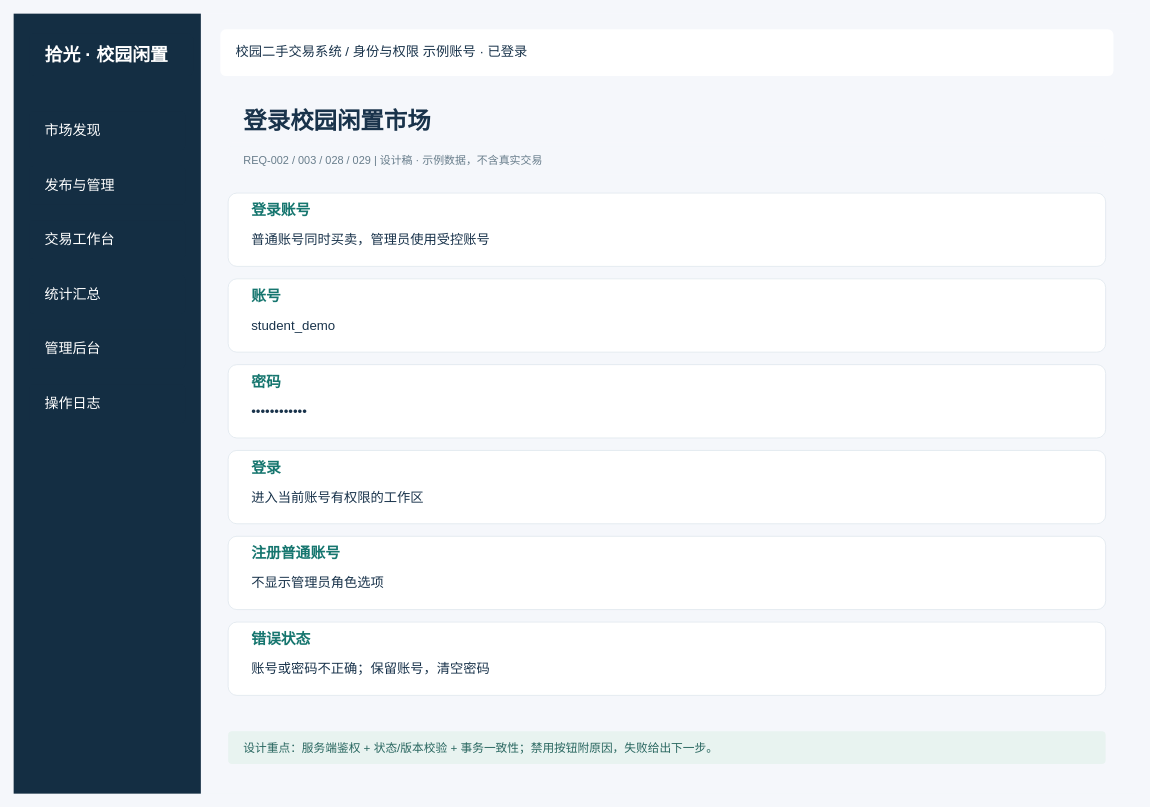
AAAyuanweihua/software-engineering-lab1-requirements keeps this draw.io diagram as page "01_登录注册" (1 of 12) of UI界面/校园二手交易UI.drawio. Above is the earlier version. Source tidied: cells renumbered, new cells numbered last; positions are measured from the earlier drawing's top-left corner, leaving out a move shared by most shapes. Both pictures are drawn from the tidied source at 78%, with x=0, y=0 at pixel (13, 13).
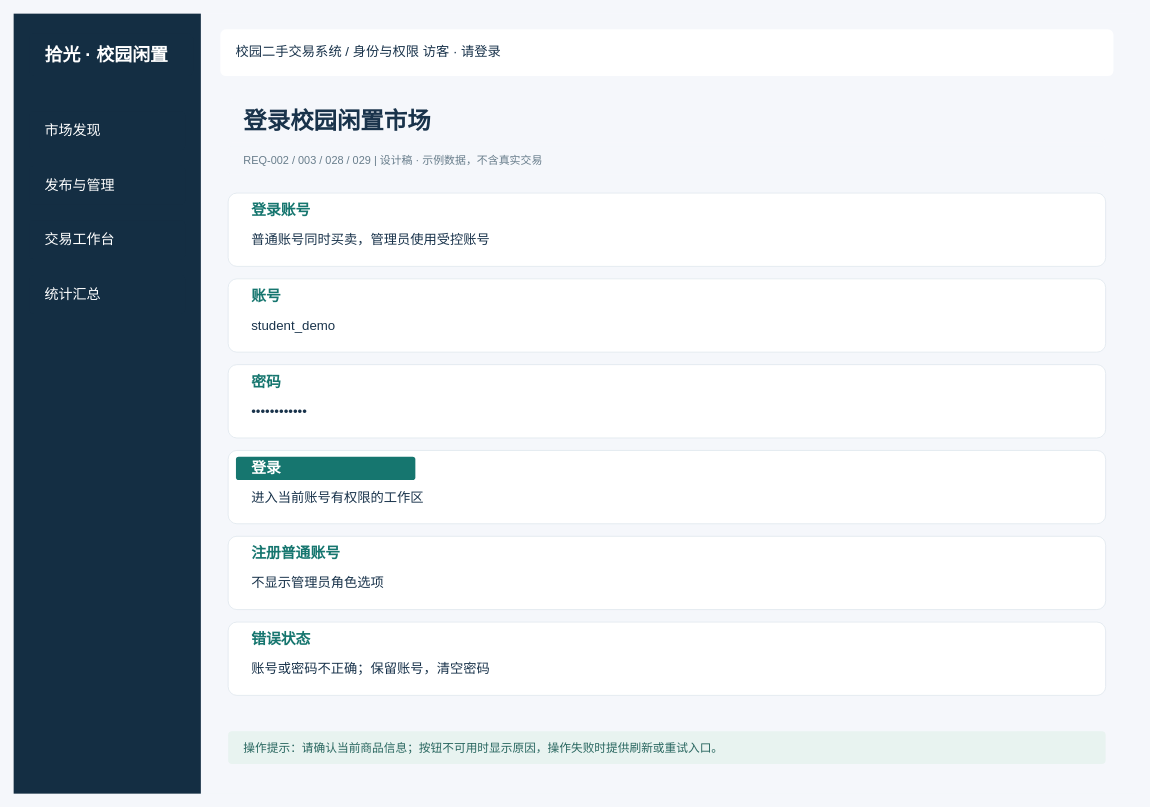
Above is the later version.

The edit, as a diff of the source:
```diff
@@
-    <mxCell id="9" value="管理后台" style="rounded=1;whiteSpace=wrap;html=0;fillColor=#142E43;strokeColor=none;fontFamily=Microsoft YaHei;fontSize=18;fontColor=#FFFFFF;fontStyle=0;align=left;verticalAlign=middle;spacingLeft=18;spacingRight=15;arcSize=12;" parent="1" vertex="1">
-      <mxGeometry x="20" y="405" width="200" height="50" as="geometry" />
-    </mxCell>
-    <mxCell id="10" value="操作日志" style="rounded=1;whiteSpace=wrap;html=0;fillColor=#142E43;strokeColor=none;fontFamily=Microsoft YaHei;fontSize=18;fontColor=#FFFFFF;fontStyle=0;align=left;verticalAlign=middle;spacingLeft=18;spacingRight=15;arcSize=12;" parent="1" vertex="1">
-      <mxGeometry x="20" y="475" width="200" height="50" as="geometry" />
-    </mxCell>
-    <mxCell id="11" value="校园二手交易系统    /    身份与权限                                      示例账号 · 已登录" style="rounded=1;whiteSpace=wrap;html=0;fillColor=#FFFFFF;strokeColor=none;fontFamily=Microsoft YaHei;fontSize=17;fontColor=#19334B;fontStyle=0;align=left;verticalAlign=middle;spacingLeft=18;spacingRight=15;arcSize=12;" parent="1" vertex="1">
+    <mxCell id="11" value="校园二手交易系统    /    身份与权限                                      访客 · 请登录" style="rounded=1;whiteSpace=wrap;html=0;fillColor=#FFFFFF;strokeColor=none;fontFamily=Microsoft YaHei;fontSize=17;fontColor=#19334B;fontStyle=0;align=left;verticalAlign=middle;spacingLeft=18;spacingRight=15;arcSize=12;" parent="1" vertex="1">
       <mxGeometry x="265" y="20" width="1145" height="60" as="geometry" />
     </mxCell>
@@
-    <mxCell id="24" value="登录" style="rounded=1;whiteSpace=wrap;html=0;fillColor=#FFFFFF;strokeColor=none;fontFamily=Microsoft YaHei;fontSize=19;fontColor=#16766F;fontStyle=1;align=left;verticalAlign=middle;spacingLeft=18;spacingRight=15;arcSize=12;" parent="1" vertex="1">
-      <mxGeometry x="285" y="568" width="1080" height="30" as="geometry" />
+    <mxCell id="24" value="登录" style="rounded=1;whiteSpace=wrap;html=0;fillColor=#16766F;strokeColor=none;fontFamily=Microsoft YaHei;fontSize=19;fontColor=#FFFFFF;fontStyle=1;align=left;verticalAlign=middle;spacingLeft=18;spacingRight=15;arcSize=12;" parent="1" vertex="1">
+      <mxGeometry x="285" y="568" width="230" height="30" as="geometry" />
     </mxCell>
@@
-    <mxCell id="32" value="设计重点：服务端鉴权 + 状态/版本校验 + 事务一致性；禁用按钮附原因，失败给出下一步。" style="rounded=1;whiteSpace=wrap;html=0;fillColor=#E8F3F0;strokeColor=none;fontFamily=Microsoft YaHei;fontSize=15;fontColor=#28665F;fontStyle=0;align=left;verticalAlign=middle;spacingLeft=18;spacingRight=15;arcSize=12;" parent="1" vertex="1">
+    <mxCell id="32" value="操作提示：请确认当前商品信息；按钮不可用时显示原因，操作失败时提供刷新或重试入口。" style="rounded=1;whiteSpace=wrap;html=0;fillColor=#E8F3F0;strokeColor=none;fontFamily=Microsoft YaHei;fontSize=15;fontColor=#28665F;fontStyle=0;align=left;verticalAlign=middle;spacingLeft=18;spacingRight=15;arcSize=12;" parent="1" vertex="1">
       <mxGeometry x="275" y="920" width="1125" height="42" as="geometry" />
     </mxCell>
```
